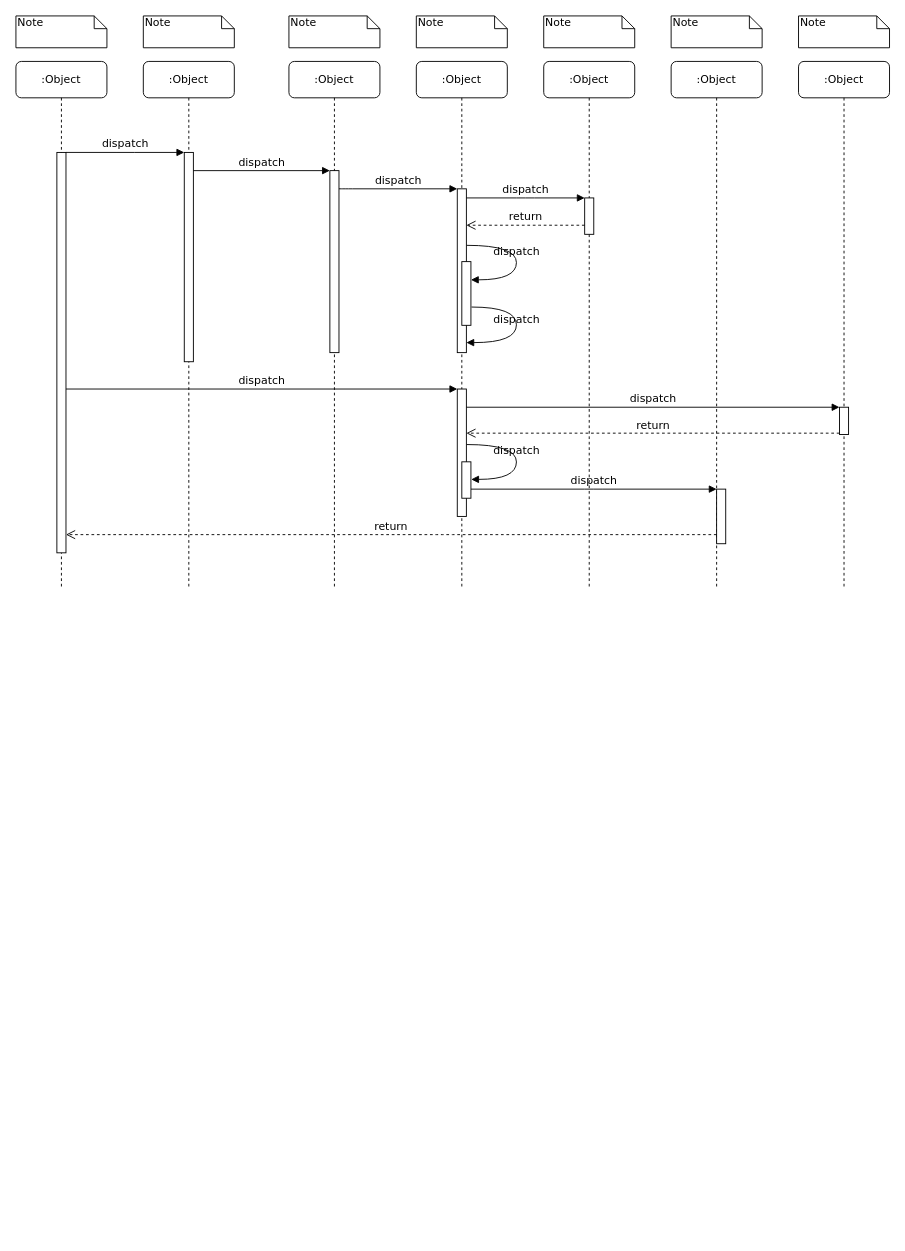
Before: lmp-auth.drawio in zhouziqian/draw, a draw.io diagram. Source tidied: cells renumbered, new cells numbered last; positions are measured from the earlier drawing's top-left corner, leaving out a move shared by most shapes. Both pictures are drawn from the tidied source at 91%, with x=0, y=0 at pixel (15, 15).
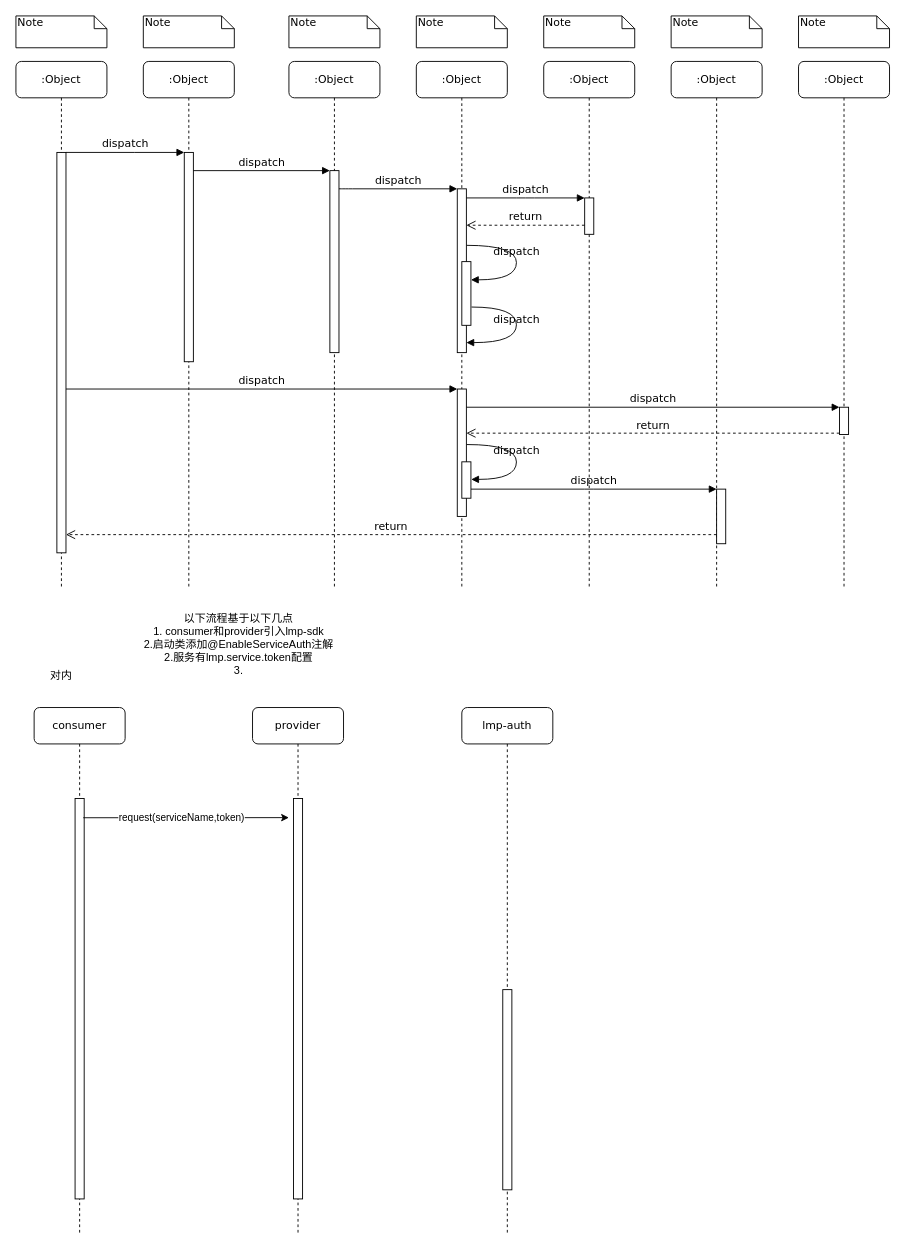
After the change.

Change to the diagram source:
```diff
@@
+    <mxCell id="39" value="provider" style="shape=umlLifeline;perimeter=lifelinePerimeter;whiteSpace=wrap;html=1;rounded=1;shadow=0;comic=0;labelBackgroundColor=none;strokeWidth=1;fontFamily=Verdana;fontSize=12;align=center;" parent="1" vertex="1">
+      <mxGeometry x="260" y="760" width="100" height="580" as="geometry" />
+    </mxCell>
+    <mxCell id="40" style="html=1;perimeter=orthogonalPerimeter;rounded=0;shadow=0;comic=0;labelBackgroundColor=none;strokeWidth=1;fontFamily=Verdana;fontSize=12;align=center;" parent="39" vertex="1">
+      <mxGeometry x="45" y="100" width="10" height="440" as="geometry" />
+    </mxCell>
+    <mxCell id="41" value="lmp-auth" style="shape=umlLifeline;perimeter=lifelinePerimeter;whiteSpace=wrap;html=1;rounded=1;shadow=0;comic=0;labelBackgroundColor=none;strokeWidth=1;fontFamily=Verdana;fontSize=12;align=center;" parent="1" vertex="1">
+      <mxGeometry x="490" y="760" width="100" height="580" as="geometry" />
+    </mxCell>
+    <mxCell id="42" style="html=1;perimeter=orthogonalPerimeter;rounded=0;shadow=0;comic=0;labelBackgroundColor=none;strokeWidth=1;fontFamily=Verdana;fontSize=12;align=center;" parent="41" vertex="1">
+      <mxGeometry x="45" y="310" width="10" height="220" as="geometry" />
+    </mxCell>
+    <mxCell id="43" value="consumer" style="shape=umlLifeline;perimeter=lifelinePerimeter;whiteSpace=wrap;html=1;rounded=1;shadow=0;comic=0;labelBackgroundColor=none;strokeWidth=1;fontFamily=Verdana;fontSize=12;align=center;" parent="1" vertex="1">
+      <mxGeometry x="20" y="760" width="100" height="580" as="geometry" />
+    </mxCell>
+    <mxCell id="44" style="html=1;points=[];perimeter=orthogonalPerimeter;rounded=0;shadow=0;comic=0;labelBackgroundColor=none;strokeWidth=1;fontFamily=Verdana;fontSize=12;align=center;" parent="43" vertex="1">
+      <mxGeometry x="45" y="100" width="10" height="440" as="geometry" />
+    </mxCell>
+    <mxCell id="45" style="endArrow=classic;html=1;rounded=0;exitX=0.9;exitY=0.048;exitDx=0;exitDy=0;exitPerimeter=0;" parent="1" edge="1" source="44">
+      <mxGeometry relative="1" as="geometry">
+        <mxPoint x="300" y="881" as="targetPoint" />
+      </mxGeometry>
+    </mxCell>
+    <mxCell id="46" value="request(serviceName,token)" style="edgeLabel;html=1;align=center;verticalAlign=middle;" parent="45" vertex="1">
+      <mxGeometry x="-0.04" y="1" relative="1" as="geometry" />
+    </mxCell>
+    <mxCell id="47" value="对内" style="text;html=1;align=center;verticalAlign=middle;whiteSpace=wrap;rounded=0;" parent="1" vertex="1">
+      <mxGeometry x="20" y="710" width="60" height="30" as="geometry" />
+    </mxCell>
+    <mxCell id="48" value="以下流程基于以下几点&lt;div&gt;1.&amp;nbsp;&lt;span style=&quot;background-color: initial;&quot;&gt;consumer和provider引入lmp-sdk&lt;/span&gt;&lt;/div&gt;&lt;div&gt;&lt;span style=&quot;background-color: initial;&quot;&gt;2.启动类添加@EnableServiceAuth注解&lt;/span&gt;&lt;/div&gt;&lt;div&gt;2.服务有lmp.service.token配置&lt;/div&gt;&lt;div&gt;3.&lt;/div&gt;&lt;div&gt;&lt;br&gt;&lt;div&gt;&lt;br&gt;&lt;/div&gt;&lt;/div&gt;" style="text;html=1;align=center;verticalAlign=middle;whiteSpace=wrap;rounded=0;" parent="1" vertex="1">
+      <mxGeometry x="80" y="670" width="330" height="70" as="geometry" />
+    </mxCell>
```
